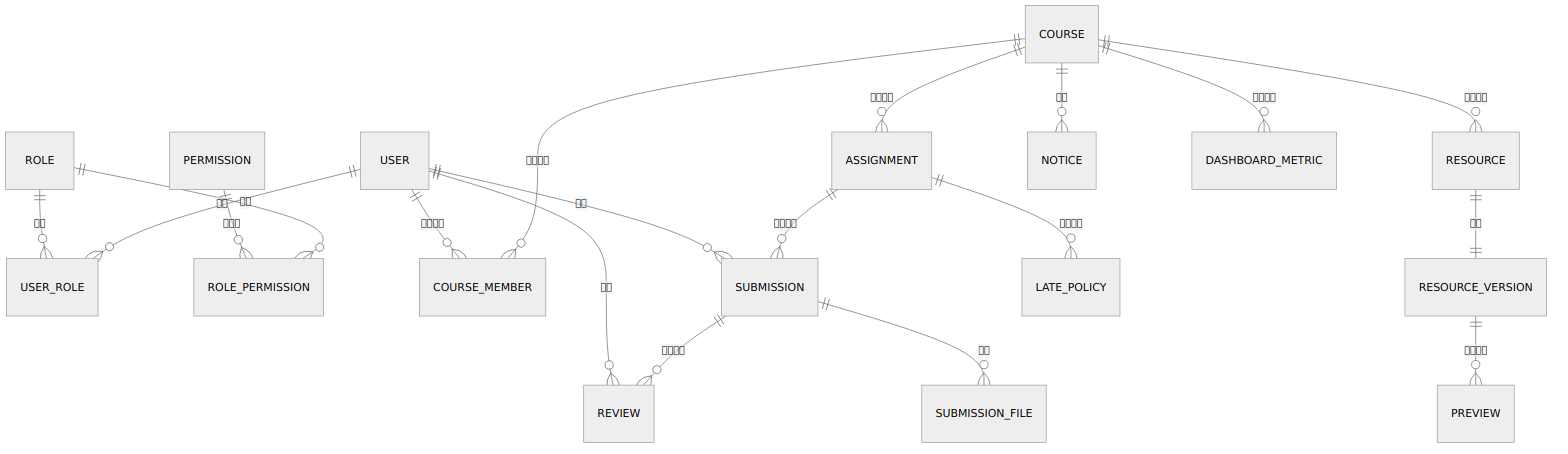
Above: docs/mermaid/er_diagram.png in luckyJessie/douyin-game (Mermaid), before the change. Its source is kept beside it as docs/mermaid/er_diagram.mmd. Its diagram source:
```mermaid
erDiagram
    USER ||--o{ USER_ROLE : "拥有"
    ROLE ||--o{ USER_ROLE : "包含"
    ROLE ||--o{ ROLE_PERMISSION : "授予"
    PERMISSION ||--o{ ROLE_PERMISSION : "被授予"

    COURSE ||--o{ COURSE_MEMBER : "拥有成员"
    USER ||--o{ COURSE_MEMBER : "参与课程"
    COURSE ||--o{ RESOURCE : "包含资源"
    RESOURCE ||--|| RESOURCE_VERSION : "版本"

    COURSE ||--o{ ASSIGNMENT : "布置作业"
    ASSIGNMENT ||--o{ SUBMISSION : "接收提交"
    USER ||--o{ SUBMISSION : "提交"
    SUBMISSION ||--o{ REVIEW : "关联批阅"
    USER ||--o{ REVIEW : "批阅"

    ASSIGNMENT ||--o{ LATE_POLICY : "配置策略"
    COURSE ||--o{ NOTICE : "通知"

    SUBMISSION ||--o{ SUBMISSION_FILE : "附件"
    RESOURCE_VERSION ||--o{ PREVIEW : "预览文件"

    COURSE ||--o{ DASHBOARD_METRIC : "生成指标"
```
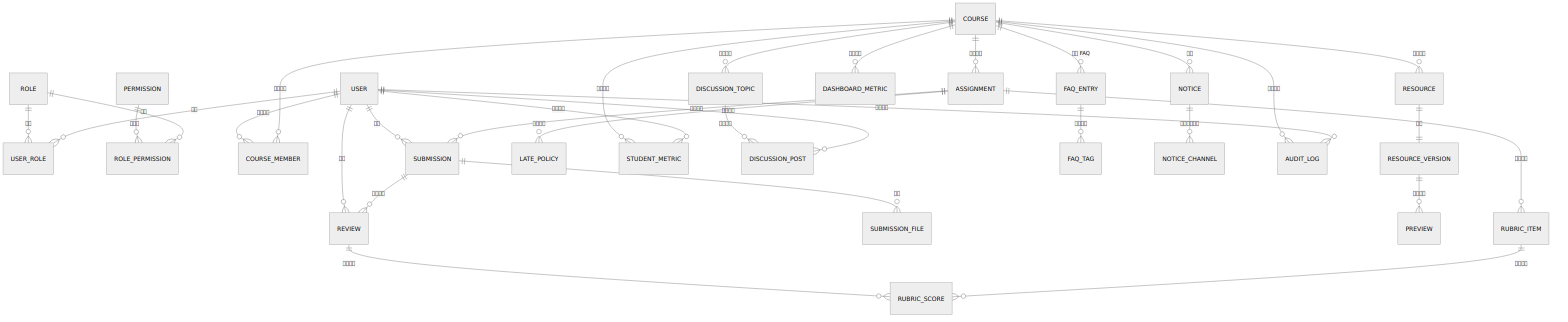
The same diagram one commit later.

Diff of the diagram source:
```diff
@@ -21,4 +21,22 @@
     SUBMISSION ||--o{ SUBMISSION_FILE : "附件"
     RESOURCE_VERSION ||--o{ PREVIEW : "预览文件"
 
+    ASSIGNMENT ||--o{ RUBRIC_ITEM : "评分维度"
+    RUBRIC_ITEM ||--o{ RUBRIC_SCORE : "评分结果"
+    REVIEW ||--o{ RUBRIC_SCORE : "引用得分"
+
     COURSE ||--o{ DASHBOARD_METRIC : "生成指标"
+    USER ||--o{ STUDENT_METRIC : "拥有指标"
+    COURSE ||--o{ STUDENT_METRIC : "指标来源"
+
+    COURSE ||--o{ DISCUSSION_TOPIC : "讨论话题"
+    USER ||--o{ DISCUSSION_POST : "发表帖子"
+    DISCUSSION_TOPIC ||--o{ DISCUSSION_POST : "包含帖子"
+
+    FAQ_ENTRY ||--o{ FAQ_TAG : "关联标签"
+    COURSE ||--o{ FAQ_ENTRY : "维护 FAQ"
+
+    NOTICE ||--o{ NOTICE_CHANNEL : "发送渠道记录"
+
+    USER ||--o{ AUDIT_LOG : "操作日志"
+    COURSE ||--o{ AUDIT_LOG : "关联课程"
```
